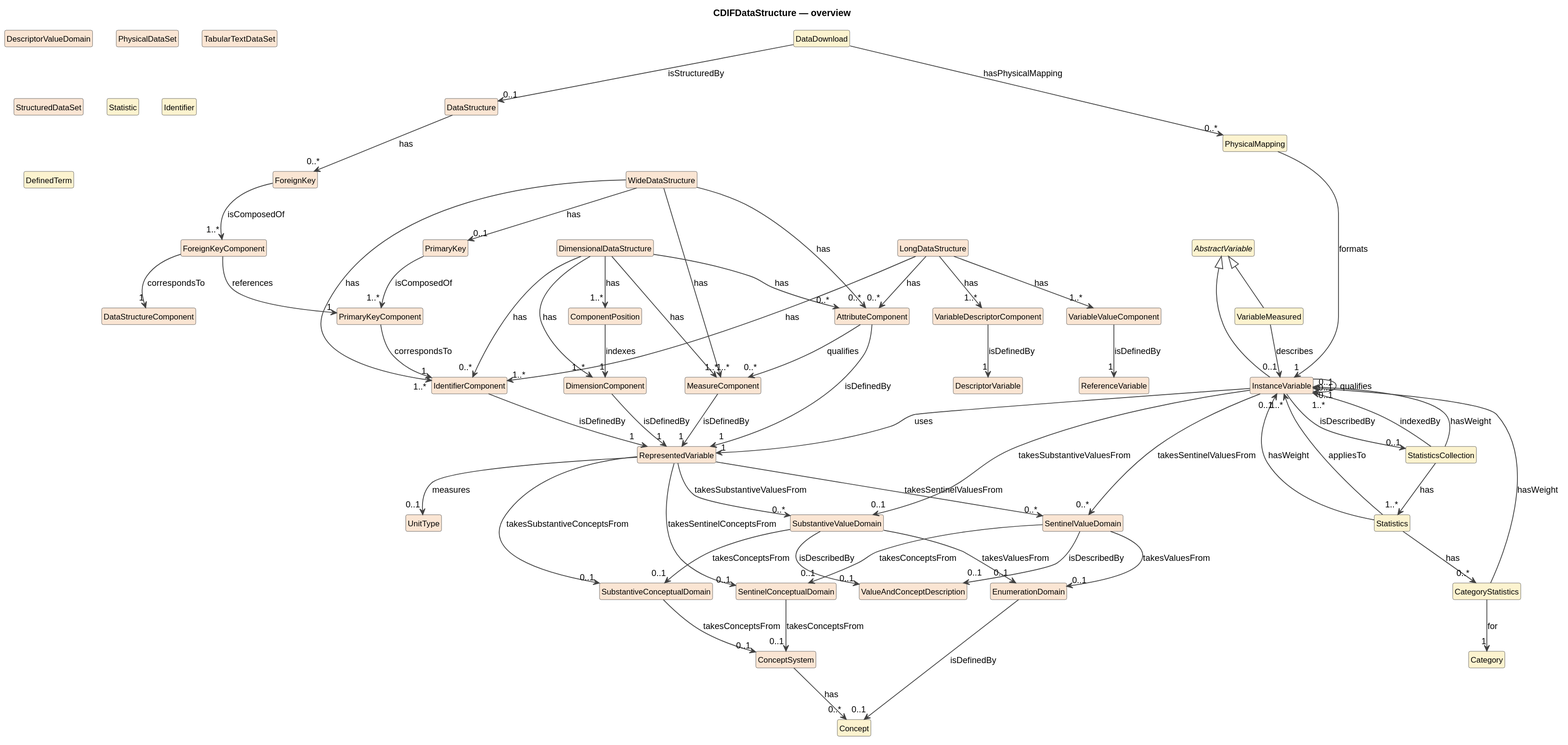
Cross-Domain-Interoperability-Framework/metadataBuildingBlocks keeps this PlantUML diagram as cdif-uml-model/_plantuml/cdifDataStructure/index.local.svg. Above is the earlier version.
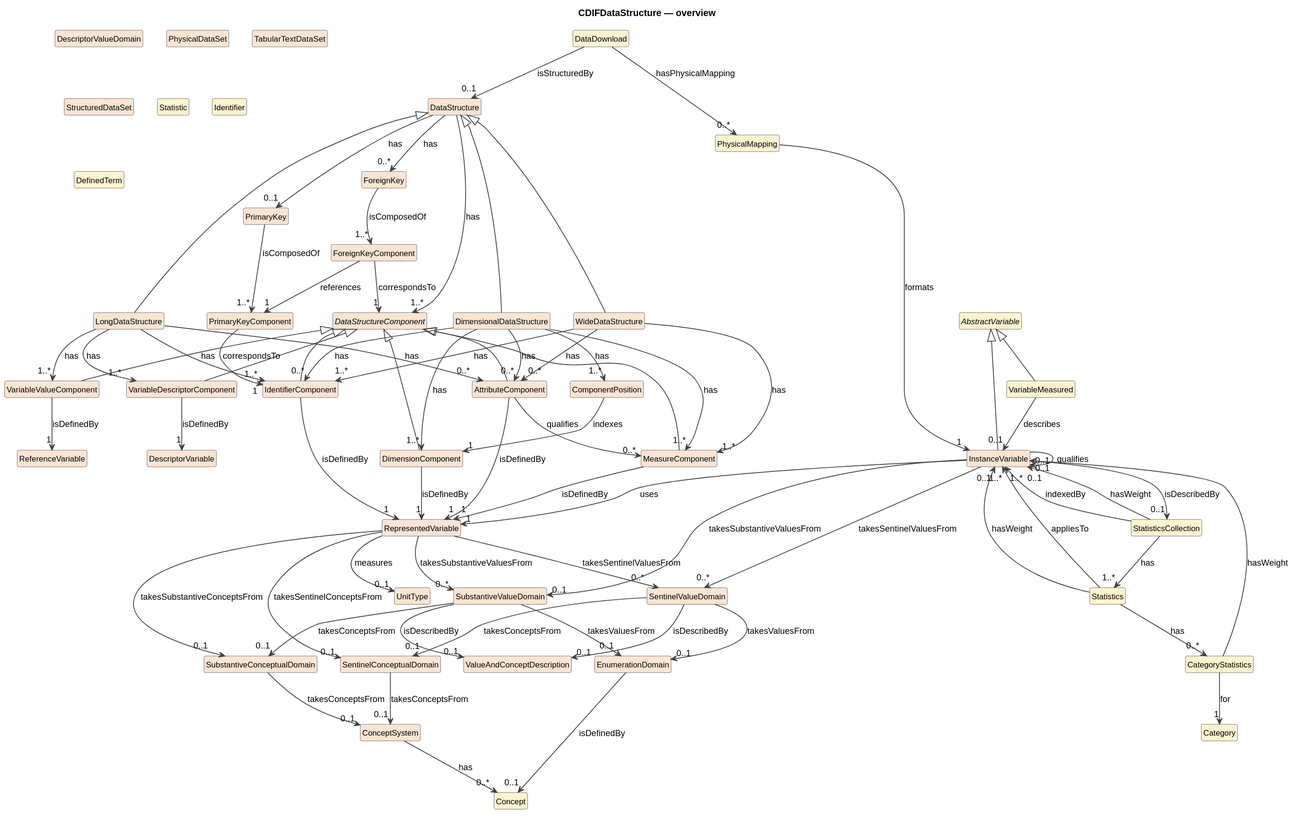
After the commit.

Change to the diagram source:
```diff
@@ -14,7 +14,7 @@
 class "WideDataStructure" as WideDataStructure #FAE5D3
 class "LongDataStructure" as LongDataStructure #FAE5D3
 class "DimensionalDataStructure" as DimensionalDataStructure #FAE5D3
-class "DataStructureComponent" as DataStructureComponent #FAE5D3
+abstract class "DataStructureComponent" as DataStructureComponent #FAE5D3
 class "IdentifierComponent" as IdentifierComponent #FAE5D3
 class "MeasureComponent" as MeasureComponent #FAE5D3
 class "AttributeComponent" as AttributeComponent #FAE5D3
@@ -54,13 +54,23 @@
 class "Concept" as Concept #FCF3CF
 class "Identifier" as Identifier #FCF3CF
 class "DefinedTerm" as DefinedTerm #FCF3CF
+DataStructure <|-- WideDataStructure
+DataStructure <|-- LongDataStructure
+DataStructure <|-- DimensionalDataStructure
+DataStructureComponent <|-- IdentifierComponent
+DataStructureComponent <|-- MeasureComponent
+DataStructureComponent <|-- AttributeComponent
+DataStructureComponent <|-- DimensionComponent
+DataStructureComponent <|-- VariableValueComponent
+DataStructureComponent <|-- VariableDescriptorComponent
 AbstractVariable <|-- InstanceVariable
 AbstractVariable <|-- VariableMeasured
+DataStructure --> "1..*" DataStructureComponent : has
+DataStructure --> "0..1" PrimaryKey : has
 DataStructure --> "0..*" ForeignKey : has
 WideDataStructure --> "1..*" IdentifierComponent : has
 WideDataStructure --> "1..*" MeasureComponent : has
 WideDataStructure --> "0..*" AttributeComponent : has
-WideDataStructure --> "0..1" PrimaryKey : has
 LongDataStructure --> "1..*" IdentifierComponent : has
 LongDataStructure --> "1..*" VariableDescriptorComponent : has
 LongDataStructure --> "1..*" VariableValueComponent : has
```
